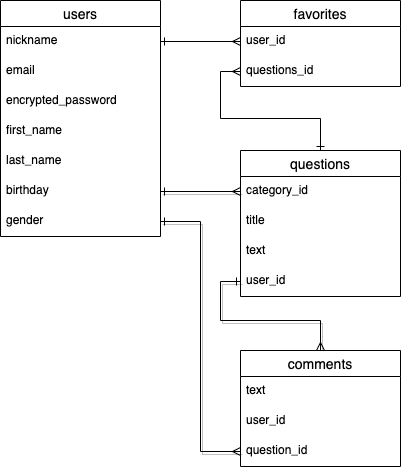
Before: ER.drawio.png, a diagram exported from draw.io (Chukoto/wyvez-test). Source tidied: cells renumbered, new cells last; positions are measured from the earlier drawing's top-left corner, leaving out a move shared by most shapes.
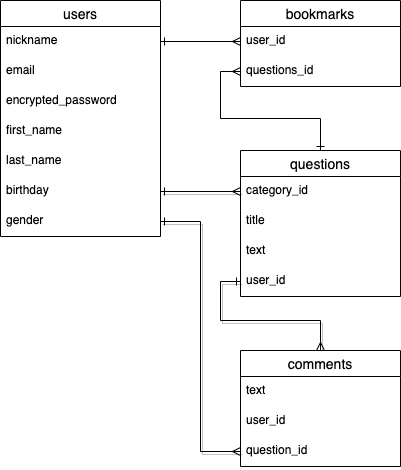
After the change.

Change to the diagram source:
```diff
@@ -68,7 +68,7 @@
     <mxCell id="21" value="user_id" style="text;strokeColor=none;fillColor=none;spacingLeft=4;spacingRight=4;overflow=hidden;points=[[0,0.5],[1,0.5]];portConstraint=eastwest;fontSize=12;" parent="17" vertex="1">
       <mxGeometry y="116" width="160" height="30" as="geometry" />
     </mxCell>
-    <mxCell id="22" value="favorites" style="swimlane;fontStyle=0;horizontal=1;startSize=26;align=center;fontSize=14;" parent="1" vertex="1">
+    <mxCell id="22" value="bookmarks" style="swimlane;fontStyle=0;horizontal=1;startSize=26;align=center;fontSize=14;" parent="1" vertex="1">
       <mxGeometry x="240" width="160" height="86" as="geometry" />
     </mxCell>
     <mxCell id="23" value="user_id" style="text;strokeColor=none;fillColor=none;spacingLeft=4;spacingRight=4;overflow=hidden;points=[[0,0.5],[1,0.5]];portConstraint=eastwest;fontSize=12;" parent="22" vertex="1">
```
